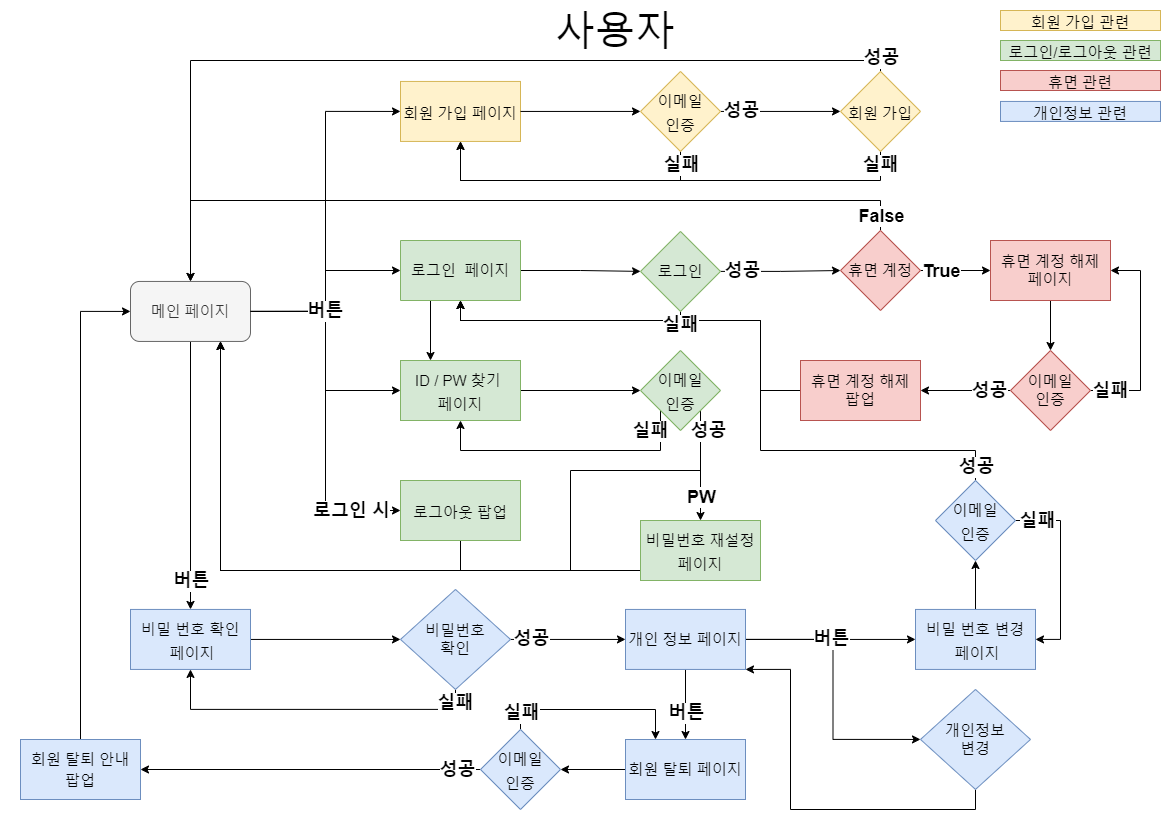
Before: presentation_image/UserFlow.png, a diagram exported from draw.io (dev-splin/PHP-Enterprise-Site-Membership). Source tidied: cells renumbered, new cells last; positions are measured from the earlier drawing's top-left corner, leaving out a move shared by most shapes.
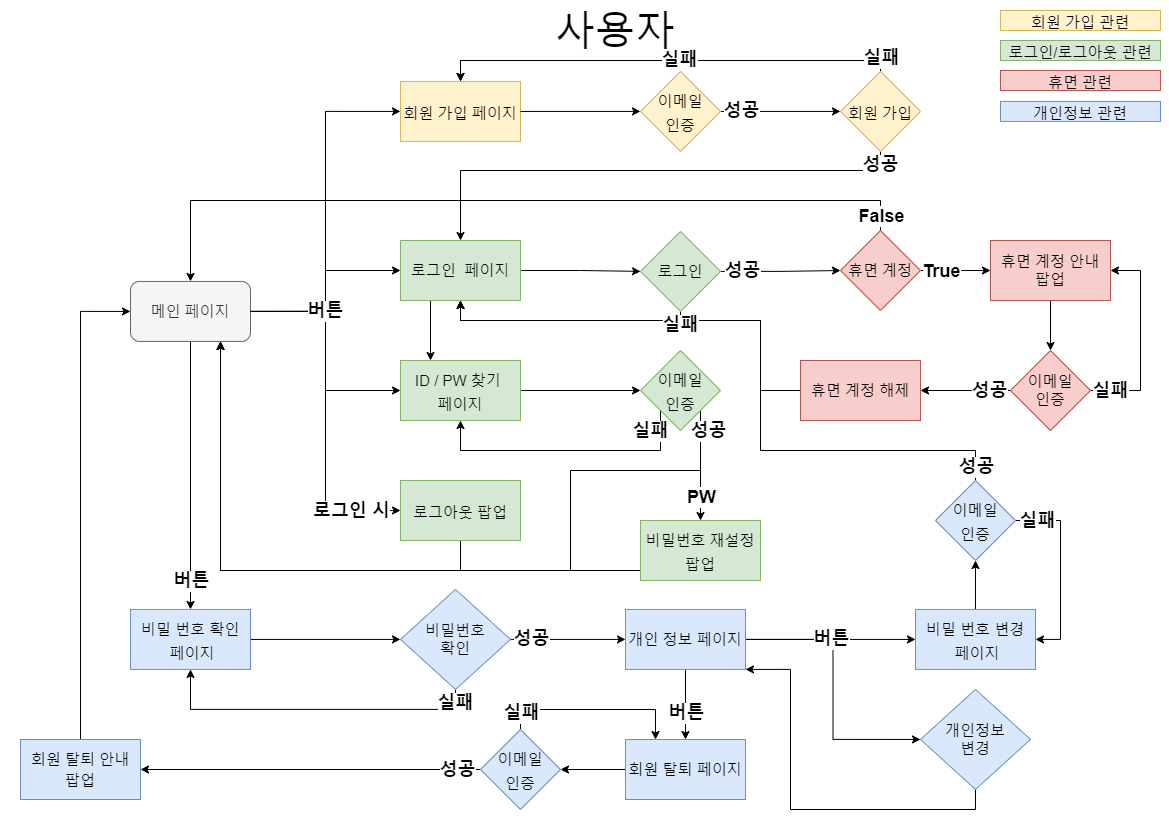
After the commit.

The edit, as a diff of the source:
```diff
@@ -66,17 +66,17 @@
     <mxCell id="20" style="endArrow=classic;html=1;fontSize=20;verticalAlign=middle;exitX=1;exitY=0.5;exitDx=0;exitDy=0;" parent="1" edge="1" source="18" target="23">
       <mxGeometry relative="1" as="geometry" />
     </mxCell>
+    <mxCell id="22" style="edgeStyle=orthogonalEdgeStyle;rounded=0;jettySize=auto;html=1;exitX=1;exitY=0.5;exitDx=0;exitDy=0;entryX=0;entryY=0.5;entryDx=0;entryDy=0;fontSize=20;startArrow=none;startFill=0;endArrow=classic;endFill=1;verticalAlign=middle;" parent="1" edge="1" source="23" target="42">
+      <mxGeometry relative="1" as="geometry" />
+    </mxCell>
-    <mxCell id="21" style="edgeStyle=orthogonalEdgeStyle;rounded=0;jettySize=auto;html=1;exitX=0.5;exitY=1;exitDx=0;exitDy=0;entryX=0.5;entryY=1;entryDx=0;entryDy=0;fontSize=20;startArrow=none;startFill=0;verticalAlign=middle;" parent="1" edge="1" source="23" target="18">
+    <mxCell id="21" style="edgeStyle=orthogonalEdgeStyle;rounded=0;jettySize=auto;html=1;exitX=0.5;exitY=0;exitDx=0;exitDy=0;entryX=0.5;entryY=0;entryDx=0;entryDy=0;" parent="1" edge="1" source="23" target="18">
       <mxGeometry relative="1" as="geometry">
         <Array as="points">
-          <mxPoint x="660" y="170" />
-          <mxPoint x="440" y="170" />
+          <mxPoint x="660" y="50" />
+          <mxPoint x="440" y="50" />
         </Array>
       </mxGeometry>
     </mxCell>
-    <mxCell id="22" style="edgeStyle=orthogonalEdgeStyle;rounded=0;jettySize=auto;html=1;exitX=1;exitY=0.5;exitDx=0;exitDy=0;entryX=0;entryY=0.5;entryDx=0;entryDy=0;fontSize=20;startArrow=none;startFill=0;endArrow=classic;endFill=1;verticalAlign=middle;" parent="1" edge="1" source="23" target="42">
-      <mxGeometry relative="1" as="geometry" />
-    </mxCell>
     <mxCell id="23" value="&lt;font style=&quot;font-size: 15px&quot;&gt;이메일&lt;br&gt;인증&lt;br&gt;&lt;/font&gt;" style="rhombus;whiteSpace=wrap;html=1;fontSize=20;fillColor=#fff2cc;strokeColor=#d6b656;" parent="1" vertex="1">
       <mxGeometry x="620" y="60.9" width="80" height="80" as="geometry" />
     </mxCell>
@@ -121,7 +121,7 @@
     <mxCell id="32" style="edgeStyle=orthogonalEdgeStyle;rounded=0;jettySize=auto;html=1;exitX=0.5;exitY=1;exitDx=0;exitDy=0;entryX=0.5;entryY=0;entryDx=0;entryDy=0;" parent="1" edge="1" source="33" target="37">
       <mxGeometry relative="1" as="geometry" />
     </mxCell>
-    <mxCell id="33" value="휴면 계정 해제&lt;br&gt;페이지" style="whiteSpace=wrap;html=1;rounded=0;fontSize=15;fillColor=#f8cecc;strokeColor=#b85450;" parent="1" vertex="1">
+    <mxCell id="33" value="휴면 계정 안내&lt;br&gt;팝업" style="whiteSpace=wrap;html=1;rounded=0;fontSize=15;fillColor=#f8cecc;strokeColor=#b85450;" parent="1" vertex="1">
       <mxGeometry x="970" y="230" width="120" height="60" as="geometry" />
     </mxCell>
     <mxCell id="34" value="True" style="edgeLabel;html=1;align=center;verticalAlign=middle;fontSize=18;fontStyle=1;" parent="1" vertex="1">
@@ -147,19 +147,19 @@
     <mxCell id="39" value="실패" style="edgeLabel;html=1;align=center;verticalAlign=middle;fontSize=18;fontStyle=1;" parent="1" vertex="1">
       <mxGeometry x="1090" y="380" as="geometry" />
     </mxCell>
-    <mxCell id="40" style="edgeStyle=orthogonalEdgeStyle;rounded=0;jettySize=auto;html=1;exitX=0.5;exitY=0;exitDx=0;exitDy=0;entryX=0.5;entryY=0;entryDx=0;entryDy=0;" parent="1" edge="1" source="42" target="6">
+    <mxCell id="40" style="edgeStyle=orthogonalEdgeStyle;rounded=0;jettySize=auto;html=1;exitX=0.5;exitY=0;exitDx=0;exitDy=0;entryX=0.5;entryY=0;entryDx=0;entryDy=0;" parent="1" edge="1" source="42" target="18">
       <mxGeometry relative="1" as="geometry">
         <Array as="points">
           <mxPoint x="860" y="50" />
-          <mxPoint x="170" y="50" />
+          <mxPoint x="440" y="50" />
         </Array>
       </mxGeometry>
     </mxCell>
-    <mxCell id="41" style="edgeStyle=orthogonalEdgeStyle;rounded=0;jettySize=auto;html=1;exitX=0.5;exitY=1;exitDx=0;exitDy=0;entryX=0.5;entryY=1;entryDx=0;entryDy=0;" parent="1" edge="1" source="42" target="18">
+    <mxCell id="41" style="edgeStyle=orthogonalEdgeStyle;rounded=0;jettySize=auto;html=1;exitX=0.5;exitY=1;exitDx=0;exitDy=0;entryX=0.5;entryY=1;entryDx=0;entryDy=0;" parent="1" edge="1" source="42" target="9">
       <mxGeometry relative="1" as="geometry">
         <Array as="points">
-          <mxPoint x="860" y="170" />
-          <mxPoint x="440" y="170" />
+          <mxPoint x="860" y="160" />
+          <mxPoint x="440" y="160" />
         </Array>
       </mxGeometry>
     </mxCell>
@@ -278,13 +278,13 @@
     <mxCell id="70" value="성공" style="edgeLabel;html=1;align=center;verticalAlign=middle;fontSize=18;fontStyle=1;" parent="1" vertex="1">
       <mxGeometry x="720" y="100.9" as="geometry" />
     </mxCell>
-    <mxCell id="71" value="실패" style="edgeLabel;html=1;align=center;verticalAlign=middle;fontSize=18;fontStyle=1;" parent="1" vertex="1">
+    <mxCell id="71" value="성공" style="edgeLabel;html=1;align=center;verticalAlign=middle;fontSize=18;fontStyle=1;" parent="1" vertex="1">
       <mxGeometry x="860" y="154" as="geometry" />
     </mxCell>
     <mxCell id="72" value="실패" style="edgeLabel;html=1;align=center;verticalAlign=middle;fontSize=18;fontStyle=1;" parent="1" vertex="1">
-      <mxGeometry x="661" y="154" as="geometry" />
+      <mxGeometry x="659" y="49" as="geometry" />
     </mxCell>
-    <mxCell id="73" value="성공" style="edgeLabel;html=1;align=center;verticalAlign=middle;fontSize=18;fontStyle=1;" parent="1" vertex="1">
+    <mxCell id="73" value="실패" style="edgeLabel;html=1;align=center;verticalAlign=middle;fontSize=18;fontStyle=1;" parent="1" vertex="1">
       <mxGeometry x="860" y="47" as="geometry" />
     </mxCell>
     <mxCell id="74" style="edgeStyle=orthogonalEdgeStyle;rounded=0;jettySize=auto;html=1;exitX=0;exitY=0.5;exitDx=0;exitDy=0;entryX=0.5;entryY=0;entryDx=0;entryDy=0;" parent="1" edge="1" source="75" target="9">
@@ -296,7 +296,7 @@
         </Array>
       </mxGeometry>
     </mxCell>
-    <mxCell id="75" value="휴면 계정 해제&lt;br&gt;팝업" style="whiteSpace=wrap;html=1;rounded=0;fontSize=15;fillColor=#f8cecc;strokeColor=#b85450;" parent="1" vertex="1">
+    <mxCell id="75" value="휴면 계정 해제" style="whiteSpace=wrap;html=1;rounded=0;fontSize=15;fillColor=#f8cecc;strokeColor=#b85450;" parent="1" vertex="1">
       <mxGeometry x="780" y="350" width="120" height="60" as="geometry" />
     </mxCell>
     <mxCell id="76" style="edgeStyle=orthogonalEdgeStyle;rounded=0;jettySize=auto;html=1;exitX=0.5;exitY=0;exitDx=0;exitDy=0;entryX=0.5;entryY=1;entryDx=0;entryDy=0;" parent="1" edge="1" source="77" target="80">
@@ -364,7 +364,7 @@
         </Array>
       </mxGeometry>
     </mxCell>
-    <mxCell id="92" value="&lt;span style=&quot;font-size: 15px&quot;&gt;비밀번호 재설정&lt;br&gt;페이지&lt;br&gt;&lt;/span&gt;" style="rounded=0;whiteSpace=wrap;html=1;fontSize=20;fillColor=#d5e8d4;strokeColor=#82b366;" parent="1" vertex="1">
+    <mxCell id="92" value="&lt;span style=&quot;font-size: 15px&quot;&gt;비밀번호 재설정&lt;br&gt;팝업&lt;br&gt;&lt;/span&gt;" style="rounded=0;whiteSpace=wrap;html=1;fontSize=20;fillColor=#d5e8d4;strokeColor=#82b366;" parent="1" vertex="1">
       <mxGeometry x="620" y="510" width="120" height="60" as="geometry" />
     </mxCell>
     <mxCell id="93" value="PW" style="edgeLabel;html=1;align=center;verticalAlign=middle;fontSize=18;fontStyle=1;" parent="1" vertex="1">
```
